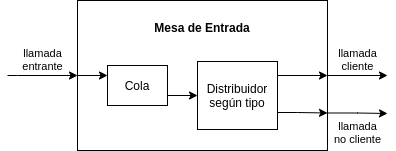
Before: imgs/SED2021-TP1-mesa_de_entrada.png, a diagram exported from draw.io (giselabelen/SED2021). Source tidied: cells renumbered, new cells last; positions are measured from the earlier drawing's top-left corner, leaving out a move shared by most shapes. The source it was exported from:
```xml
<mxGraphModel>
  <root>
    <mxCell id="0" />
    <mxCell id="1" parent="0" />
    <mxCell id="2" value="llamada&lt;br&gt;no cliente" style="edgeStyle=orthogonalEdgeStyle;rounded=0;jettySize=auto;html=1;exitX=1;exitY=0.75;exitDx=0;exitDy=0;verticalAlign=top;" parent="1" edge="1" source="3">
      <mxGeometry relative="1" as="geometry">
        <mxPoint x="380" y="113" as="targetPoint" />
      </mxGeometry>
    </mxCell>
    <mxCell id="3" value="&lt;br&gt;&lt;b&gt;Mesa de Entrada&lt;/b&gt;" style="rounded=0;whiteSpace=wrap;html=1;verticalAlign=top;" parent="1" vertex="1">
      <mxGeometry x="70" width="250" height="150" as="geometry" />
    </mxCell>
    <mxCell id="4" value="llamada&lt;br&gt;entrante" style="edgeStyle=orthogonalEdgeStyle;rounded=0;jettySize=auto;html=1;verticalAlign=bottom;entryX=0;entryY=0.5;entryDx=0;entryDy=0;" parent="1" edge="1" target="3">
      <mxGeometry relative="1" as="geometry">
        <mxPoint y="75" as="sourcePoint" />
        <Array as="points">
          <mxPoint x="10" y="75" />
          <mxPoint x="10" y="75" />
        </Array>
      </mxGeometry>
    </mxCell>
    <mxCell id="5" value="llamada&lt;br&gt;cliente" style="edgeStyle=orthogonalEdgeStyle;rounded=0;jettySize=auto;html=1;exitX=1;exitY=0.5;exitDx=0;exitDy=0;verticalAlign=bottom;" parent="1" edge="1" source="3">
      <mxGeometry relative="1" as="geometry">
        <mxPoint x="380" y="75" as="targetPoint" />
      </mxGeometry>
    </mxCell>
    <mxCell id="6" style="edgeStyle=orthogonalEdgeStyle;rounded=0;jettySize=auto;html=1;exitX=0;exitY=0.5;exitDx=0;exitDy=0;entryX=0;entryY=0.25;entryDx=0;entryDy=0;verticalAlign=bottom;" parent="1" edge="1" source="3" target="8">
      <mxGeometry relative="1" as="geometry" />
    </mxCell>
    <mxCell id="7" style="edgeStyle=orthogonalEdgeStyle;rounded=0;jettySize=auto;html=1;exitX=1;exitY=0.75;exitDx=0;exitDy=0;entryX=0;entryY=0.5;entryDx=0;entryDy=0;" parent="1" edge="1" source="8" target="11">
      <mxGeometry relative="1" as="geometry" />
    </mxCell>
    <mxCell id="8" value="Cola" style="rounded=0;whiteSpace=wrap;html=1;align=center;verticalAlign=middle;" parent="1" vertex="1">
      <mxGeometry x="100" y="65" width="60" height="40" as="geometry" />
    </mxCell>
    <mxCell id="9" style="edgeStyle=orthogonalEdgeStyle;rounded=0;jettySize=auto;html=1;exitX=1;exitY=0.25;exitDx=0;exitDy=0;entryX=1;entryY=0.5;entryDx=0;entryDy=0;verticalAlign=bottom;" parent="1" edge="1" source="11" target="3">
      <mxGeometry relative="1" as="geometry">
        <Array as="points">
          <mxPoint x="270" y="75" />
        </Array>
      </mxGeometry>
    </mxCell>
    <mxCell id="10" style="edgeStyle=orthogonalEdgeStyle;rounded=0;jettySize=auto;html=1;exitX=1;exitY=0.75;exitDx=0;exitDy=0;entryX=1;entryY=0.75;entryDx=0;entryDy=0;verticalAlign=bottom;" parent="1" edge="1" source="11" target="3">
      <mxGeometry relative="1" as="geometry">
        <Array as="points">
          <mxPoint x="290" y="112" />
          <mxPoint x="290" y="113" />
        </Array>
      </mxGeometry>
    </mxCell>
    <mxCell id="11" value="Distribuidor según tipo" style="rounded=0;whiteSpace=wrap;html=1;align=center;verticalAlign=middle;" parent="1" vertex="1">
      <mxGeometry x="190" y="61" width="80" height="68" as="geometry" />
    </mxCell>
  </root>
</mxGraphModel>
```
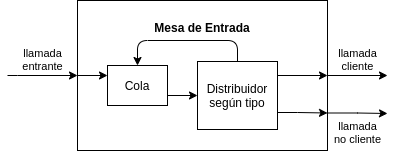
After the commit.

What changed in the source:
```diff
@@ -51,5 +51,13 @@
     <mxCell id="11" value="Distribuidor según tipo" style="rounded=0;whiteSpace=wrap;html=1;align=center;verticalAlign=middle;" parent="1" vertex="1">
       <mxGeometry x="190" y="61" width="80" height="68" as="geometry" />
     </mxCell>
+    <mxCell id="12" style="endArrow=classic;html=1;" parent="1" edge="1" source="11" target="8">
+      <mxGeometry relative="1" as="geometry">
+        <Array as="points">
+          <mxPoint x="230" y="40" />
+          <mxPoint x="130" y="40" />
+        </Array>
+      </mxGeometry>
+    </mxCell>
   </root>
 </mxGraphModel>
```
